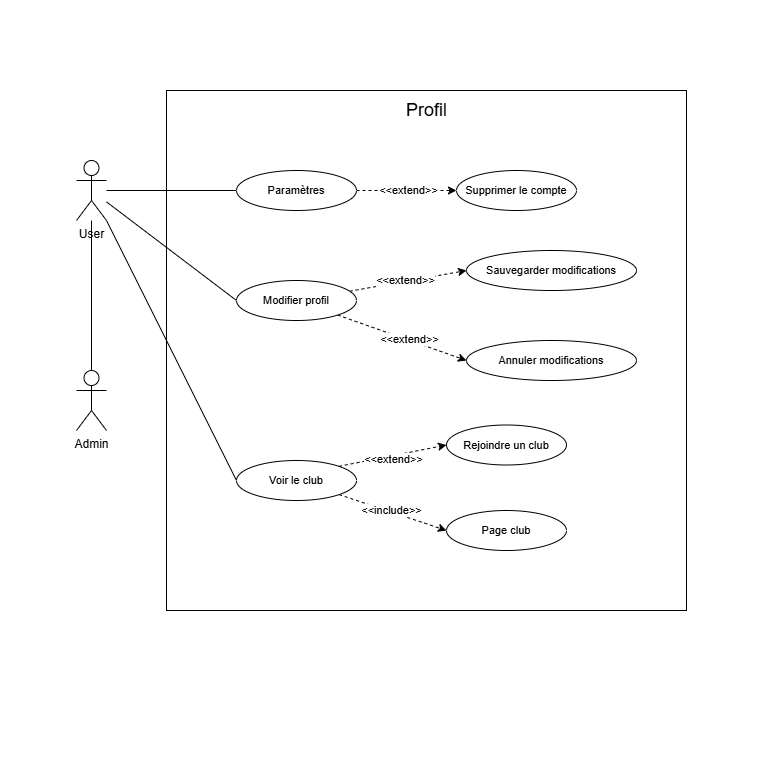
Earlier version of the draw.io export Diagram use case Profil.drawio.png (Mathistrg/Styx). Source tidied: cells renumbered, new cells last; positions are measured from the earlier drawing's top-left corner, leaving out a move shared by most shapes.
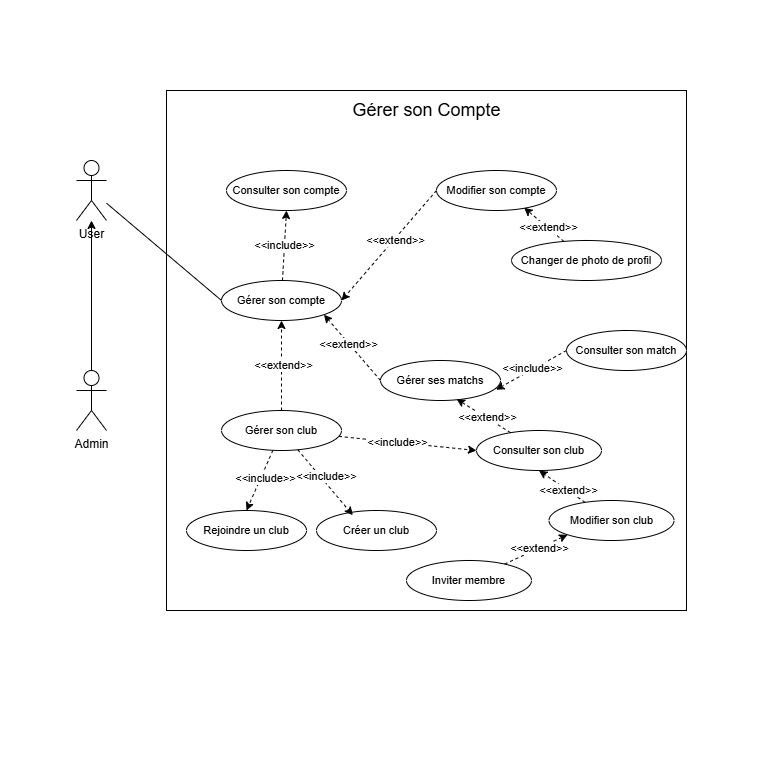
After the commit.

Commit message:
Mettre à jour Diagram use case Profil.drawio.png

Diff of the diagram source:
```diff
@@ -8,88 +8,130 @@
     <mxCell id="3" style="whiteSpace=wrap;html=1;" parent="1" vertex="1">
       <mxGeometry x="166" y="90" width="520" height="520" as="geometry" />
     </mxCell>
-    <mxCell id="4" value="&lt;font style=&quot;font-size: 18px;&quot;&gt;Profil&lt;/font&gt;" style="text;html=1;align=center;verticalAlign=middle;strokeColor=none;fillColor=none;" parent="1" vertex="1">
-      <mxGeometry x="396" y="90" width="60" height="40" as="geometry" />
+    <mxCell id="4" value="&lt;font style=&quot;font-size: 18px;&quot;&gt;Gérer son Compte&lt;/font&gt;" style="text;html=1;align=center;verticalAlign=middle;strokeColor=none;fillColor=none;" parent="1" vertex="1">
+      <mxGeometry x="341" y="90" width="170" height="40" as="geometry" />
     </mxCell>
-    <mxCell id="5" style="rounded=0;jettySize=auto;html=1;endArrow=none;endFill=0;entryX=0.5;entryY=0;entryDx=0;entryDy=0;entryPerimeter=0;" parent="1" edge="1" source="10" target="14">
+    <mxCell id="5" style="rounded=0;jettySize=auto;html=1;endArrow=none;endFill=0;entryX=0.5;entryY=0;entryDx=0;entryDy=0;entryPerimeter=0;startArrow=classic;startFill=1;" parent="1" edge="1" source="10" target="14">
       <mxGeometry relative="1" as="geometry" />
     </mxCell>
     <mxCell id="6" style="edgeStyle=none;shape=connector;rounded=0;jettySize=auto;html=1;entryX=0;entryY=0.5;entryDx=0;entryDy=0;strokeColor=default;align=center;verticalAlign=middle;fontFamily=Helvetica;fontSize=11;fontColor=default;labelBackgroundColor=default;endArrow=none;endFill=0;" parent="1" edge="1" source="10" target="13">
       <mxGeometry relative="1" as="geometry" />
     </mxCell>
-    <mxCell id="7" style="rounded=0;jettySize=auto;html=1;entryX=0;entryY=0.5;entryDx=0;entryDy=0;strokeColor=none;endArrow=none;endFill=0;" parent="1" edge="1" source="10" target="19">
-      <mxGeometry relative="1" as="geometry" />
-    </mxCell>
-    <mxCell id="8" style="edgeStyle=none;shape=connector;rounded=0;jettySize=auto;html=1;entryX=0;entryY=0.5;entryDx=0;entryDy=0;align=center;verticalAlign=middle;fontFamily=Helvetica;fontSize=11;fontColor=default;labelBackgroundColor=default;endArrow=none;endFill=0;" parent="1" edge="1" source="10" target="19">
-      <mxGeometry relative="1" as="geometry" />
-    </mxCell>
-    <mxCell id="9" style="edgeStyle=none;shape=connector;rounded=0;jettySize=auto;html=1;entryX=0;entryY=0.5;entryDx=0;entryDy=0;strokeColor=default;align=center;verticalAlign=middle;fontFamily=Helvetica;fontSize=11;fontColor=default;labelBackgroundColor=default;endArrow=none;endFill=0;" parent="1" edge="1" source="10" target="25">
-      <mxGeometry relative="1" as="geometry" />
-    </mxCell>
     <mxCell id="10" value="User" style="shape=umlActor;verticalLabelPosition=bottom;verticalAlign=top;html=1;outlineConnect=0;" parent="1" vertex="1">
       <mxGeometry x="76" y="160" width="30" height="60" as="geometry" />
     </mxCell>
-    <mxCell id="11" style="edgeStyle=none;shape=connector;rounded=0;jettySize=auto;html=1;entryX=0;entryY=0.5;entryDx=0;entryDy=0;align=center;verticalAlign=middle;fontFamily=Helvetica;fontSize=11;fontColor=default;labelBackgroundColor=default;endArrow=classic;endFill=1;dashed=1;" parent="1" edge="1" source="13" target="20">
+    <mxCell id="11" style="edgeStyle=none;shape=connector;rounded=0;jettySize=auto;html=1;entryX=0.5;entryY=1;entryDx=0;entryDy=0;align=center;verticalAlign=middle;fontFamily=Helvetica;fontSize=11;fontColor=default;labelBackgroundColor=default;endArrow=classic;endFill=1;dashed=1;" parent="1" edge="1" source="13" target="20">
       <mxGeometry relative="1" as="geometry" />
     </mxCell>
-    <mxCell id="12" value="&amp;lt;&amp;lt;extend&amp;gt;&amp;gt;" style="edgeLabel;html=1;align=center;verticalAlign=middle;fontFamily=Helvetica;fontSize=11;fontColor=default;labelBackgroundColor=default;" parent="11" vertex="1">
+    <mxCell id="12" value="&amp;lt;&amp;lt;include&amp;gt;&amp;gt;" style="edgeLabel;html=1;align=center;verticalAlign=middle;fontFamily=Helvetica;fontSize=11;fontColor=default;labelBackgroundColor=default;" parent="11" vertex="1">
       <mxGeometry x="0.02" relative="1" as="geometry" />
     </mxCell>
+    <mxCell id="31" style="edgeStyle=none;shape=connector;rounded=0;jettySize=auto;html=1;entryX=1;entryY=0.5;entryDx=0;entryDy=0;dashed=1;strokeColor=default;align=center;verticalAlign=middle;fontFamily=Helvetica;fontSize=11;fontColor=default;labelBackgroundColor=default;endArrow=classic;endFill=1;exitX=0;exitY=0.5;exitDx=0;exitDy=0;" parent="1" edge="1" source="33" target="13">
+      <mxGeometry relative="1" as="geometry" />
+    </mxCell>
+    <mxCell id="32" value="&amp;lt;&amp;lt;extend&amp;gt;&amp;gt;" style="edgeLabel;html=1;align=center;verticalAlign=middle;fontFamily=Helvetica;fontSize=11;fontColor=default;labelBackgroundColor=default;fillColor=none;gradientColor=none;" parent="31" vertex="1">
+      <mxGeometry x="-0.1" y="1" relative="1" as="geometry" />
+    </mxCell>
-    <mxCell id="13" value="Paramètres" style="ellipse;whiteSpace=wrap;html=1;fontFamily=Helvetica;fontSize=11;fontColor=default;labelBackgroundColor=default;" parent="1" vertex="1">
-      <mxGeometry x="236" y="170" width="120" height="40" as="geometry" />
+    <mxCell id="13" value="Gérer son compte" style="ellipse;whiteSpace=wrap;html=1;fontFamily=Helvetica;fontSize=11;fontColor=default;labelBackgroundColor=default;" parent="1" vertex="1">
+      <mxGeometry x="221" y="280" width="120" height="40" as="geometry" />
     </mxCell>
     <mxCell id="14" value="Admin" style="shape=umlActor;verticalLabelPosition=bottom;verticalAlign=top;html=1;outlineConnect=0;" parent="1" vertex="1">
       <mxGeometry x="76" y="370" width="30" height="60" as="geometry" />
     </mxCell>
-    <mxCell id="15" style="edgeStyle=none;shape=connector;rounded=0;jettySize=auto;html=1;entryX=0;entryY=0.5;entryDx=0;entryDy=0;dashed=1;strokeColor=default;align=center;verticalAlign=middle;fontFamily=Helvetica;fontSize=11;fontColor=default;labelBackgroundColor=default;endArrow=classic;endFill=1;" parent="1" edge="1" source="19" target="21">
-      <mxGeometry relative="1" as="geometry" />
-    </mxCell>
-    <mxCell id="16" value="&amp;lt;&amp;lt;extend&amp;gt;&amp;gt;" style="edgeLabel;html=1;align=center;verticalAlign=middle;fontFamily=Helvetica;fontSize=11;fontColor=default;labelBackgroundColor=default;fillColor=none;gradientColor=none;" parent="15" vertex="1">
-      <mxGeometry x="-0.05" y="1" relative="1" as="geometry" />
-    </mxCell>
-    <mxCell id="17" style="edgeStyle=none;shape=connector;rounded=0;jettySize=auto;html=1;entryX=0;entryY=0.5;entryDx=0;entryDy=0;dashed=1;strokeColor=default;align=center;verticalAlign=middle;fontFamily=Helvetica;fontSize=11;fontColor=default;labelBackgroundColor=default;endArrow=classic;endFill=1;" parent="1" edge="1" source="19" target="22">
-      <mxGeometry relative="1" as="geometry" />
-    </mxCell>
-    <mxCell id="18" value="&amp;lt;&amp;lt;extend&amp;gt;&amp;gt;" style="edgeLabel;html=1;align=center;verticalAlign=middle;fontFamily=Helvetica;fontSize=11;fontColor=default;labelBackgroundColor=default;fillColor=none;gradientColor=none;" parent="17" vertex="1">
-      <mxGeometry x="0.1" relative="1" as="geometry">
-        <mxPoint y="-1" as="offset" />
-      </mxGeometry>
-    </mxCell>
-    <mxCell id="19" value="Modifier profil" style="ellipse;whiteSpace=wrap;html=1;fontFamily=Helvetica;fontSize=11;fontColor=default;labelBackgroundColor=default;" parent="1" vertex="1">
-      <mxGeometry x="236" y="280" width="120" height="40" as="geometry" />
-    </mxCell>
-    <mxCell id="20" value="Supprimer le compte" style="ellipse;whiteSpace=wrap;html=1;fontFamily=Helvetica;fontSize=11;fontColor=default;labelBackgroundColor=default;" parent="1" vertex="1">
-      <mxGeometry x="456" y="170" width="120" height="40" as="geometry" />
+    <mxCell id="20" value="Consulter son compte" style="ellipse;whiteSpace=wrap;html=1;fontFamily=Helvetica;fontSize=11;fontColor=default;labelBackgroundColor=default;" parent="1" vertex="1">
+      <mxGeometry x="226" y="170" width="120" height="40" as="geometry" />
     </mxCell>
-    <mxCell id="21" value="Sauvegarder modifications" style="ellipse;whiteSpace=wrap;html=1;fontFamily=Helvetica;fontSize=11;fontColor=default;labelBackgroundColor=default;" parent="1" vertex="1">
-      <mxGeometry x="466" y="250" width="170" height="40" as="geometry" />
-    </mxCell>
-    <mxCell id="22" value="Annuler modifications" style="ellipse;whiteSpace=wrap;html=1;fontFamily=Helvetica;fontSize=11;fontColor=default;labelBackgroundColor=default;" parent="1" vertex="1">
-      <mxGeometry x="466" y="340" width="170" height="40" as="geometry" />
-    </mxCell>
-    <mxCell id="23" style="edgeStyle=none;shape=connector;rounded=0;jettySize=auto;html=1;entryX=0;entryY=0.5;entryDx=0;entryDy=0;dashed=1;strokeColor=default;align=center;verticalAlign=middle;fontFamily=Helvetica;fontSize=11;fontColor=default;labelBackgroundColor=default;endArrow=classic;endFill=1;" parent="1" edge="1" source="25" target="29">
-      <mxGeometry relative="1" as="geometry" />
-    </mxCell>
-    <mxCell id="24" value="&amp;lt;&amp;lt;include&amp;gt;&amp;gt;" style="edgeLabel;html=1;align=center;verticalAlign=middle;fontFamily=Helvetica;fontSize=11;fontColor=default;labelBackgroundColor=default;fillColor=none;gradientColor=none;" parent="23" vertex="1">
-      <mxGeometry x="-0.06" y="2" relative="1" as="geometry" />
-    </mxCell>
-    <mxCell id="25" value="Voir le club" style="ellipse;whiteSpace=wrap;html=1;fontFamily=Helvetica;fontSize=11;fontColor=default;labelBackgroundColor=default;" parent="1" vertex="1">
-      <mxGeometry x="236" y="460" width="120" height="40" as="geometry" />
-    </mxCell>
-    <mxCell id="26" style="edgeStyle=none;shape=connector;rounded=0;jettySize=auto;html=1;dashed=1;strokeColor=default;align=center;verticalAlign=middle;fontFamily=Helvetica;fontSize=11;fontColor=default;labelBackgroundColor=default;endArrow=classic;endFill=1;exitX=1;exitY=0;exitDx=0;exitDy=0;entryX=0;entryY=0.5;entryDx=0;entryDy=0;" parent="1" edge="1" source="25" target="28">
-      <mxGeometry relative="1" as="geometry" />
-    </mxCell>
-    <mxCell id="27" value="&amp;lt;&amp;lt;extend&amp;gt;&amp;gt;" style="edgeLabel;html=1;align=center;verticalAlign=middle;fontFamily=Helvetica;fontSize=11;fontColor=default;labelBackgroundColor=default;fillColor=none;gradientColor=none;" parent="26" vertex="1">
-      <mxGeometry x="-0.01" y="-3" relative="1" as="geometry" />
-    </mxCell>
+    <mxCell id="33" value="Modifier son compte" style="ellipse;whiteSpace=wrap;html=1;fontFamily=Helvetica;fontSize=11;fontColor=default;labelBackgroundColor=default;" parent="1" vertex="1">
+      <mxGeometry x="436" y="170" width="120" height="40" as="geometry" />
+    </mxCell>
+    <mxCell id="34" style="edgeStyle=none;shape=connector;rounded=0;jettySize=auto;html=1;entryX=0.73;entryY=0.93;entryDx=0;entryDy=0;dashed=1;strokeColor=default;align=center;verticalAlign=middle;fontFamily=Helvetica;fontSize=11;fontColor=default;labelBackgroundColor=default;endArrow=classic;endFill=1;entryPerimeter=0;" parent="1" edge="1" source="36" target="33">
+      <mxGeometry relative="1" as="geometry" />
+    </mxCell>
+    <mxCell id="35" value="&amp;lt;&amp;lt;extend&amp;gt;&amp;gt;" style="edgeLabel;html=1;align=center;verticalAlign=middle;fontFamily=Helvetica;fontSize=11;fontColor=default;labelBackgroundColor=default;fillColor=none;gradientColor=none;" parent="34" vertex="1">
+      <mxGeometry x="-0.16" y="-1" relative="1" as="geometry" />
+    </mxCell>
+    <mxCell id="36" value="Changer de photo de profil" style="ellipse;whiteSpace=wrap;html=1;fontFamily=Helvetica;fontSize=11;fontColor=default;labelBackgroundColor=default;" parent="1" vertex="1">
+      <mxGeometry x="511" y="240" width="150" height="40" as="geometry" />
+    </mxCell>
+    <mxCell id="37" value="Consulter son match" style="ellipse;whiteSpace=wrap;html=1;fontFamily=Helvetica;fontSize=11;fontColor=default;labelBackgroundColor=default;" parent="1" vertex="1">
+      <mxGeometry x="566" y="330" width="120" height="40" as="geometry" />
+    </mxCell>
+    <mxCell id="38" style="edgeStyle=none;shape=connector;rounded=0;jettySize=auto;html=1;entryX=0.962;entryY=0.73;entryDx=0;entryDy=0;dashed=1;strokeColor=default;align=center;verticalAlign=middle;fontFamily=Helvetica;fontSize=11;fontColor=default;labelBackgroundColor=default;endArrow=classic;endFill=1;entryPerimeter=0;exitX=0;exitY=0.5;exitDx=0;exitDy=0;" parent="1" edge="1" source="37" target="42">
+      <mxGeometry relative="1" as="geometry" />
+    </mxCell>
+    <mxCell id="39" value="&amp;lt;&amp;lt;include&amp;gt;&amp;gt;" style="edgeLabel;html=1;align=center;verticalAlign=middle;fontFamily=Helvetica;fontSize=11;fontColor=default;labelBackgroundColor=default;fillColor=none;gradientColor=none;" parent="38" vertex="1">
+      <mxGeometry x="0.31" y="-3" relative="1" as="geometry">
+        <mxPoint x="13" y="-6" as="offset" />
+      </mxGeometry>
+    </mxCell>
+    <mxCell id="40" style="edgeStyle=none;shape=connector;rounded=0;jettySize=auto;html=1;exitX=0;exitY=0.5;exitDx=0;exitDy=0;entryX=1;entryY=1;entryDx=0;entryDy=0;dashed=1;strokeColor=default;align=center;verticalAlign=middle;fontFamily=Helvetica;fontSize=11;fontColor=default;labelBackgroundColor=default;endArrow=classic;endFill=1;" parent="1" edge="1" source="42" target="13">
+      <mxGeometry relative="1" as="geometry" />
+    </mxCell>
+    <mxCell id="41" value="&amp;lt;&amp;lt;extend&amp;gt;&amp;gt;" style="edgeLabel;html=1;align=center;verticalAlign=middle;fontFamily=Helvetica;fontSize=11;fontColor=default;labelBackgroundColor=default;fillColor=none;gradientColor=none;" parent="40" vertex="1">
+      <mxGeometry x="0.12" y="1" relative="1" as="geometry" />
+    </mxCell>
+    <mxCell id="42" value="Gérer ses matchs" style="ellipse;whiteSpace=wrap;html=1;fontFamily=Helvetica;fontSize=11;fontColor=default;labelBackgroundColor=default;" parent="1" vertex="1">
+      <mxGeometry x="380" y="360" width="120" height="40" as="geometry" />
+    </mxCell>
+    <mxCell id="43" style="edgeStyle=none;shape=connector;rounded=0;jettySize=auto;html=1;entryX=0.5;entryY=1;entryDx=0;entryDy=0;dashed=1;strokeColor=default;align=center;verticalAlign=middle;fontFamily=Helvetica;fontSize=11;fontColor=default;labelBackgroundColor=default;endArrow=classic;endFill=1;" parent="1" edge="1" source="49" target="13">
+      <mxGeometry relative="1" as="geometry" />
+    </mxCell>
+    <mxCell id="44" value="&amp;lt;&amp;lt;extend&amp;gt;&amp;gt;" style="edgeLabel;html=1;align=center;verticalAlign=middle;fontFamily=Helvetica;fontSize=11;fontColor=default;labelBackgroundColor=default;fillColor=none;gradientColor=none;" parent="43" vertex="1">
+      <mxGeometry y="-2" relative="1" as="geometry" />
+    </mxCell>
+    <mxCell id="45" style="edgeStyle=none;shape=connector;rounded=0;jettySize=auto;html=1;entryX=0;entryY=0.5;entryDx=0;entryDy=0;dashed=1;strokeColor=default;align=center;verticalAlign=middle;fontFamily=Helvetica;fontSize=11;fontColor=default;labelBackgroundColor=default;endArrow=classic;endFill=1;" parent="1" edge="1" source="49" target="50">
+      <mxGeometry relative="1" as="geometry" />
+    </mxCell>
+    <mxCell id="46" value="&amp;lt;&amp;lt;include&amp;gt;&amp;gt;" style="edgeLabel;html=1;align=center;verticalAlign=middle;fontFamily=Helvetica;fontSize=11;fontColor=default;labelBackgroundColor=default;fillColor=none;gradientColor=none;" parent="45" vertex="1">
+      <mxGeometry x="-0.15" relative="1" as="geometry" />
+    </mxCell>
+    <mxCell id="47" style="edgeStyle=none;shape=connector;rounded=0;jettySize=auto;html=1;entryX=0.5;entryY=0;entryDx=0;entryDy=0;dashed=1;strokeColor=default;align=center;verticalAlign=middle;fontFamily=Helvetica;fontSize=11;fontColor=default;labelBackgroundColor=default;endArrow=classic;endFill=1;" parent="1" edge="1" source="49" target="28">
+      <mxGeometry relative="1" as="geometry" />
+    </mxCell>
+    <mxCell id="48" value="&amp;lt;&amp;lt;include&amp;gt;&amp;gt;" style="edgeLabel;html=1;align=center;verticalAlign=middle;fontFamily=Helvetica;fontSize=11;fontColor=default;labelBackgroundColor=default;fillColor=none;gradientColor=none;" parent="47" vertex="1">
+      <mxGeometry x="-0.14" y="4" relative="1" as="geometry" />
+    </mxCell>
+    <mxCell id="49" value="Gérer son club" style="ellipse;whiteSpace=wrap;html=1;fontFamily=Helvetica;fontSize=11;fontColor=default;labelBackgroundColor=default;" parent="1" vertex="1">
+      <mxGeometry x="221" y="410" width="120" height="40" as="geometry" />
+    </mxCell>
+    <mxCell id="50" value="Consulter son club" style="ellipse;whiteSpace=wrap;html=1;fontFamily=Helvetica;fontSize=11;fontColor=default;labelBackgroundColor=default;" parent="1" vertex="1">
+      <mxGeometry x="476" y="430" width="125" height="40" as="geometry" />
+    </mxCell>
+    <mxCell id="51" value="Créer un club" style="ellipse;whiteSpace=wrap;html=1;fontFamily=Helvetica;fontSize=11;fontColor=default;labelBackgroundColor=default;" parent="1" vertex="1">
+      <mxGeometry x="316" y="510" width="120" height="40" as="geometry" />
+    </mxCell>
     <mxCell id="28" value="Rejoindre un club" style="ellipse;whiteSpace=wrap;html=1;fontFamily=Helvetica;fontSize=11;fontColor=default;labelBackgroundColor=default;" parent="1" vertex="1">
-      <mxGeometry x="446" y="424.5" width="120" height="40" as="geometry" />
+      <mxGeometry x="186" y="510" width="120" height="40" as="geometry" />
     </mxCell>
-    <mxCell id="29" value="Page club" style="ellipse;whiteSpace=wrap;html=1;fontFamily=Helvetica;fontSize=11;fontColor=default;labelBackgroundColor=default;" parent="1" vertex="1">
-      <mxGeometry x="446" y="510" width="120" height="40" as="geometry" />
-    </mxCell>
-    <mxCell id="30" style="edgeStyle=none;shape=connector;rounded=0;orthogonalLoop=1;jettySize=auto;html=1;exitX=0.5;exitY=0;exitDx=0;exitDy=0;dashed=1;strokeColor=default;align=center;verticalAlign=middle;fontFamily=Helvetica;fontSize=11;fontColor=default;labelBackgroundColor=default;endArrow=classic;endFill=1;" parent="1" edge="1" source="28" target="28">
-      <mxGeometry relative="1" as="geometry" />
-    </mxCell>
+    <mxCell id="52" style="edgeStyle=none;shape=connector;rounded=0;jettySize=auto;html=1;entryX=0.303;entryY=0.117;entryDx=0;entryDy=0;entryPerimeter=0;dashed=1;strokeColor=default;align=center;verticalAlign=middle;fontFamily=Helvetica;fontSize=11;fontColor=default;labelBackgroundColor=default;endArrow=classic;endFill=1;" parent="1" edge="1" source="49" target="51">
+      <mxGeometry relative="1" as="geometry" />
+    </mxCell>
+    <mxCell id="53" value="&amp;lt;&amp;lt;include&amp;gt;&amp;gt;" style="edgeLabel;html=1;align=center;verticalAlign=middle;fontFamily=Helvetica;fontSize=11;fontColor=default;labelBackgroundColor=default;fillColor=none;gradientColor=none;" parent="52" vertex="1">
+      <mxGeometry x="-0.11" y="5" relative="1" as="geometry" />
+    </mxCell>
+    <mxCell id="54" style="edgeStyle=none;shape=connector;rounded=0;jettySize=auto;html=1;entryX=0.634;entryY=0.963;entryDx=0;entryDy=0;entryPerimeter=0;dashed=1;strokeColor=default;align=center;verticalAlign=middle;fontFamily=Helvetica;fontSize=11;fontColor=default;labelBackgroundColor=default;endArrow=classic;endFill=1;" parent="1" edge="1" source="50" target="42">
+      <mxGeometry relative="1" as="geometry" />
+    </mxCell>
+    <mxCell id="55" value="&amp;lt;&amp;lt;extend&amp;gt;&amp;gt;" style="edgeLabel;html=1;align=center;verticalAlign=middle;fontFamily=Helvetica;fontSize=11;fontColor=default;labelBackgroundColor=default;fillColor=none;gradientColor=none;" parent="54" vertex="1">
+      <mxGeometry x="-0.13" y="-1" relative="1" as="geometry" />
+    </mxCell>
+    <mxCell id="56" style="edgeStyle=none;shape=connector;rounded=0;jettySize=auto;html=1;entryX=0.5;entryY=1;entryDx=0;entryDy=0;dashed=1;strokeColor=default;align=center;verticalAlign=middle;fontFamily=Helvetica;fontSize=11;fontColor=default;labelBackgroundColor=default;endArrow=classic;endFill=1;" parent="1" edge="1" source="58" target="50">
+      <mxGeometry relative="1" as="geometry" />
+    </mxCell>
+    <mxCell id="57" value="&amp;lt;&amp;lt;extend&amp;gt;&amp;gt;" style="edgeLabel;html=1;align=center;verticalAlign=middle;fontFamily=Helvetica;fontSize=11;fontColor=default;labelBackgroundColor=default;fillColor=none;gradientColor=none;" parent="56" vertex="1">
+      <mxGeometry x="-0.26" relative="1" as="geometry" />
+    </mxCell>
+    <mxCell id="58" value="Modifier son club" style="ellipse;whiteSpace=wrap;html=1;fontFamily=Helvetica;fontSize=11;fontColor=default;labelBackgroundColor=default;" parent="1" vertex="1">
+      <mxGeometry x="548.5" y="500" width="125" height="40" as="geometry" />
+    </mxCell>
+    <mxCell id="59" value="Inviter membre" style="ellipse;whiteSpace=wrap;html=1;fontFamily=Helvetica;fontSize=11;fontColor=default;labelBackgroundColor=default;" parent="1" vertex="1">
+      <mxGeometry x="406" y="560" width="125" height="40" as="geometry" />
+    </mxCell>
+    <mxCell id="60" style="edgeStyle=none;shape=connector;rounded=0;jettySize=auto;html=1;entryX=0;entryY=1;entryDx=0;entryDy=0;dashed=1;strokeColor=default;align=center;verticalAlign=middle;fontFamily=Helvetica;fontSize=11;fontColor=default;labelBackgroundColor=default;endArrow=classic;endFill=1;" parent="1" edge="1" source="59" target="58">
+      <mxGeometry relative="1" as="geometry" />
+    </mxCell>
+    <mxCell id="61" value="&amp;lt;&amp;lt;extend&amp;gt;&amp;gt;" style="edgeLabel;html=1;align=center;verticalAlign=middle;fontFamily=Helvetica;fontSize=11;fontColor=default;labelBackgroundColor=default;fillColor=none;gradientColor=none;" parent="60" vertex="1">
+      <mxGeometry x="0.1" relative="1" as="geometry" />
+    </mxCell>
   </root>
 </mxGraphModel>
```
